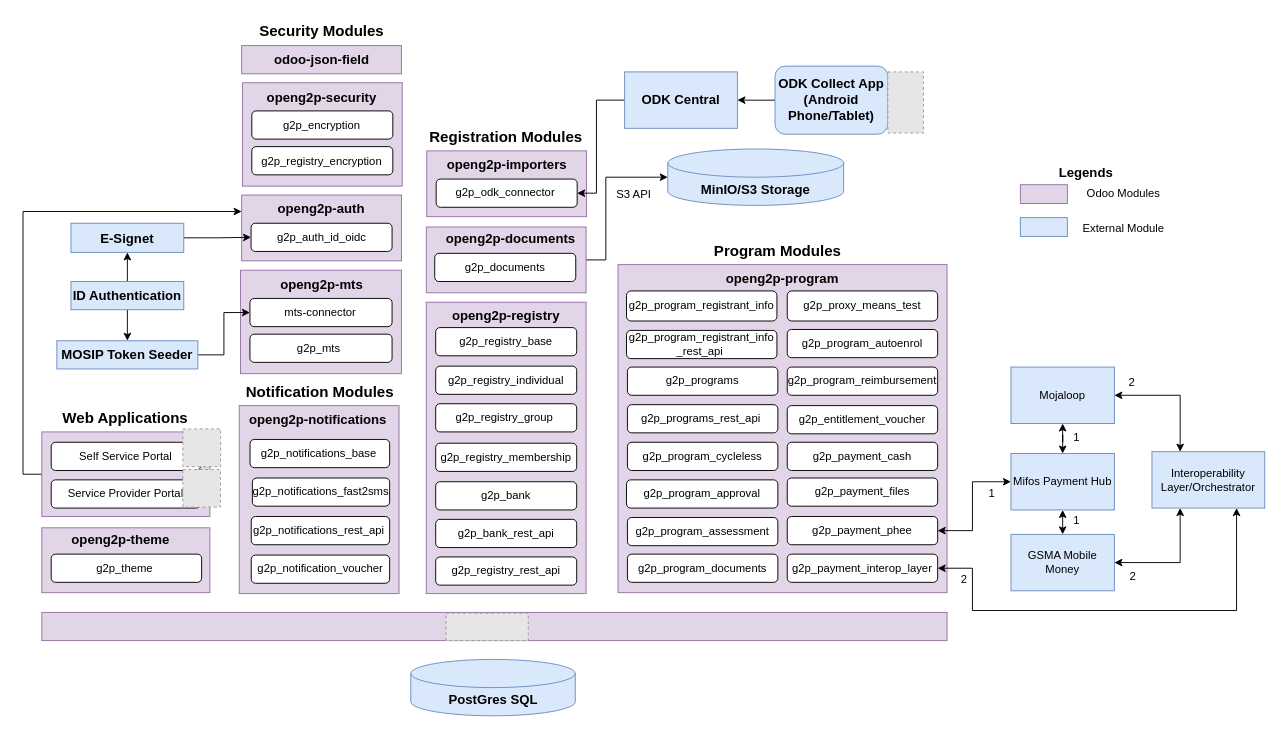
OpenG2P/openg2p-documentation keeps this draw.io diagram as .gitbook/assets/technical-architecture.drawio. Above is the earlier version. Source tidied: cells renumbered, new cells numbered last; positions are measured from the earlier drawing's top-left corner, leaving out a move shared by most shapes. Both pictures are drawn from the tidied source at 94%, with x=0, y=0 at pixel (41, 16). Pictures stored in the file or linked from it are replaced by grey dashed boxes.
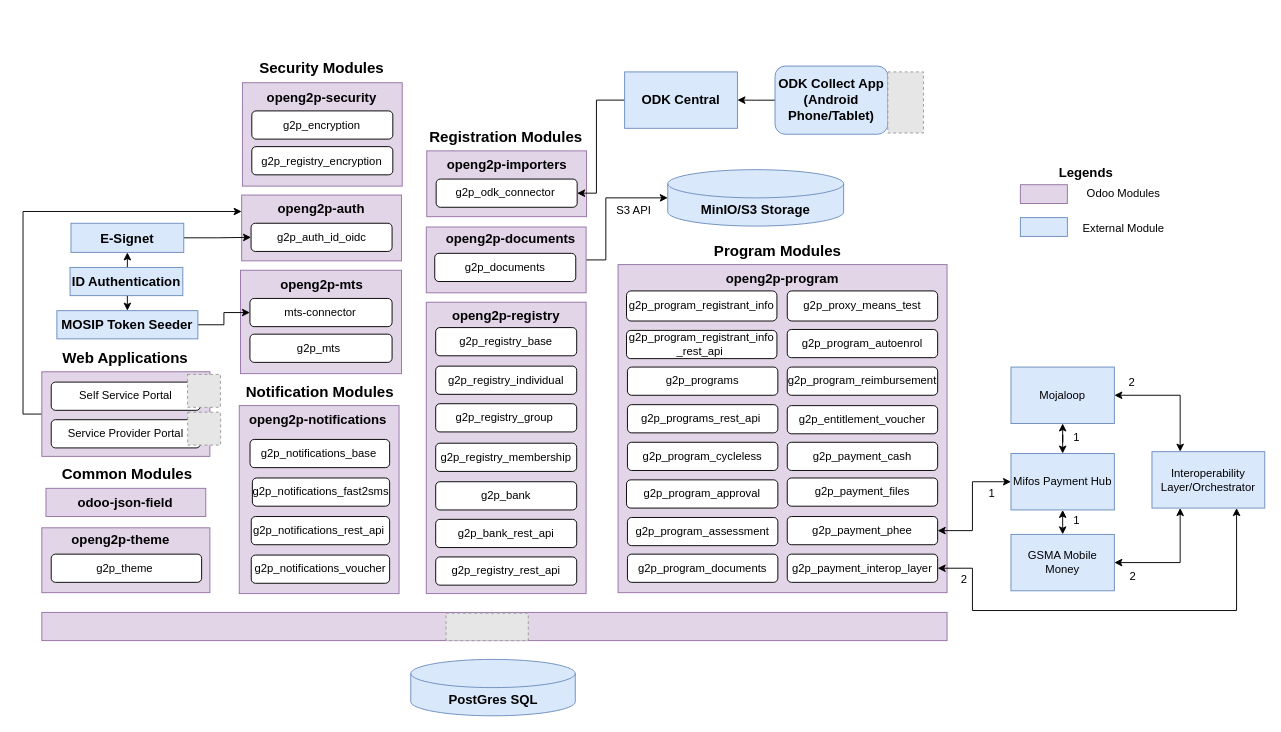
The same diagram, later.

Commit message:
Corrected spelling mistake and organized common modules

Unchanged cells that the change refers to:
```xml
<mxCell id="3" style="rounded=0;whiteSpace=wrap;html=1;fillColor=#e1d5e7;strokeColor=#9673a6;" parent="1" vertex="1">
  <mxGeometry x="409" y="224" width="170" height="70" as="geometry" />
</mxCell>
```

Change to the diagram source:
```diff
@@
     <mxCell id="2" style="edgeStyle=orthogonalEdgeStyle;rounded=0;jettySize=auto;html=1;exitX=1;exitY=0.5;exitDx=0;exitDy=0;entryX=0;entryY=0.5;entryDx=0;entryDy=0;entryPerimeter=0;" parent="1" edge="1" source="3" target="11">
       <mxGeometry relative="1" as="geometry">
         <Array as="points">
           <mxPoint x="600" y="259" />
-          <mxPoint x="600" y="171" />
+          <mxPoint x="600" y="193" />
         </Array>
       </mxGeometry>
     </mxCell>
@@
     <mxCell id="5" style="rounded=0;whiteSpace=wrap;html=1;fillColor=#e1d5e7;strokeColor=#9673a6;" parent="1" vertex="1">
-      <mxGeometry y="442" width="178.8" height="90" as="geometry" />
+      <mxGeometry y="378" width="178.8" height="90" as="geometry" />
     </mxCell>
@@
     <mxCell id="11" value="&lt;b&gt;&lt;font style=&quot;font-size: 14px;&quot;&gt;MinIO/S3 Storage&lt;/font&gt;&lt;/b&gt;" style="shape=cylinder3;whiteSpace=wrap;html=1;boundedLbl=1;backgroundOutline=1;size=15;fillColor=#dae8fc;strokeColor=#6c8ebf;" parent="1" vertex="1">
-      <mxGeometry x="665.9" y="141" width="187.1" height="60" as="geometry" />
+      <mxGeometry x="665.9" y="163" width="187.1" height="60" as="geometry" />
     </mxCell>
@@
-    <mxCell id="23" value="g2p_notification_voucher" style="rounded=1;whiteSpace=wrap;html=1;" parent="1" vertex="1">
+    <mxCell id="23" value="g2p_notifications_voucher" style="rounded=1;whiteSpace=wrap;html=1;" parent="1" vertex="1">
       <mxGeometry x="222.8" y="573" width="147.2" height="30" as="geometry" />
     </mxCell>
@@
     <mxCell id="28" value="&lt;b&gt;&lt;font style=&quot;font-size: 16px;&quot;&gt;Security Modules&lt;/font&gt;&lt;/b&gt;" style="text;html=1;strokeColor=none;fillColor=none;align=center;verticalAlign=middle;whiteSpace=wrap;rounded=0;" parent="1" vertex="1">
-      <mxGeometry x="225.5" width="144.2" height="30" as="geometry" />
+      <mxGeometry x="225.5" y="40" width="144.2" height="30" as="geometry" />
     </mxCell>
@@
     <mxCell id="58" value="Self Service Portal" style="rounded=1;whiteSpace=wrap;html=1;" parent="1" vertex="1">
-      <mxGeometry x="10" y="453" width="158.8" height="30" as="geometry" />
+      <mxGeometry x="10" y="389" width="158.8" height="30" as="geometry" />
     </mxCell>
     <mxCell id="59" value="&amp;nbsp;Service Provider Portal&amp;nbsp;" style="rounded=1;whiteSpace=wrap;html=1;" parent="1" vertex="1">
-      <mxGeometry x="10" y="493" width="158.8" height="30" as="geometry" />
+      <mxGeometry x="10" y="429" width="158.8" height="30" as="geometry" />
     </mxCell>
@@
     <mxCell id="62" value="&lt;b&gt;&lt;font style=&quot;font-size: 16px;&quot;&gt;Web Applications&lt;/font&gt;&lt;/b&gt;" style="text;html=1;strokeColor=none;fillColor=none;align=center;verticalAlign=middle;whiteSpace=wrap;rounded=0;" parent="1" vertex="1">
-      <mxGeometry x="4.4" y="412" width="170" height="30" as="geometry" />
+      <mxGeometry x="4.4" y="348" width="170" height="30" as="geometry" />
     </mxCell>
@@
     <mxCell id="64" value="&lt;b style=&quot;border-color: var(--border-color);&quot;&gt;&lt;font style=&quot;border-color: var(--border-color); font-size: 14px;&quot;&gt;MOSIP Token Seeder&lt;/font&gt;&lt;/b&gt;" style="rounded=0;whiteSpace=wrap;html=1;fillColor=#dae8fc;strokeColor=#6c8ebf;" parent="1" vertex="1">
-      <mxGeometry x="16" y="345" width="150" height="30" as="geometry" />
+      <mxGeometry x="16" y="313" width="150" height="30" as="geometry" />
     </mxCell>
@@
     <mxCell id="71" value="&lt;b&gt;&lt;font style=&quot;font-size: 14px;&quot;&gt;ID Authentication&lt;/font&gt;&lt;/b&gt;" style="rounded=0;whiteSpace=wrap;html=1;fillColor=#dae8fc;strokeColor=#6c8ebf;" parent="1" vertex="1">
-      <mxGeometry x="31" y="282" width="120" height="30" as="geometry" />
+      <mxGeometry x="30" y="267" width="120" height="30" as="geometry" />
     </mxCell>
@@
     <mxCell id="98" value="S3 API" style="text;html=1;strokeColor=none;fillColor=none;align=center;verticalAlign=middle;whiteSpace=wrap;rounded=0;" parent="1" vertex="1">
-      <mxGeometry x="600" y="175" width="60" height="30" as="geometry" />
+      <mxGeometry x="600" y="192" width="60" height="30" as="geometry" />
     </mxCell>
     <mxCell id="99" style="fillColor=#E6E6E6;strokeColor=#999999;dashed=1;verticalLabelPosition=bottom;verticalAlign=top;" parent="1" vertex="1">
-      <mxGeometry x="150" y="438.8" width="40.2" height="40.2" as="geometry" />
+      <mxGeometry x="155" y="380.8" width="35" height="35" as="geometry" />
     </mxCell>
     <mxCell id="100" style="fillColor=#E6E6E6;strokeColor=#999999;dashed=1;verticalLabelPosition=bottom;verticalAlign=top;" parent="1" vertex="1">
-      <mxGeometry x="150" y="482" width="40" height="40" as="geometry" />
+      <mxGeometry x="155.2" y="421" width="35" height="35" as="geometry" />
     </mxCell>
@@
-    <mxCell id="102" value="&lt;span style=&quot;border-color: var(--border-color);&quot;&gt;&lt;b&gt;&lt;font style=&quot;font-size: 14px;&quot;&gt;odoo-json-field&lt;/font&gt;&lt;/b&gt;&lt;/span&gt;" style="rounded=0;whiteSpace=wrap;html=1;fillColor=#e1d5e7;strokeColor=#9673a6;" parent="1" vertex="1">
-      <mxGeometry x="212.6" y="31" width="170" height="30" as="geometry" />
-    </mxCell>
@@
+    <mxCell id="102" value="&lt;span style=&quot;border-color: var(--border-color);&quot;&gt;&lt;b&gt;&lt;font style=&quot;font-size: 14px;&quot;&gt;odoo-json-field&lt;/font&gt;&lt;/b&gt;&lt;/span&gt;" style="rounded=0;whiteSpace=wrap;html=1;fillColor=#e1d5e7;strokeColor=#9673a6;" parent="1" vertex="1">
+      <mxGeometry x="4.4" y="502" width="170" height="30" as="geometry" />
+    </mxCell>
+    <mxCell id="107" value="&lt;b&gt;&lt;font style=&quot;font-size: 16px;&quot;&gt;Common Modules&lt;/font&gt;&lt;/b&gt;" style="text;html=1;strokeColor=none;fillColor=none;align=center;verticalAlign=middle;whiteSpace=wrap;rounded=0;" parent="1" vertex="1">
+      <mxGeometry x="6" y="472" width="170" height="30" as="geometry" />
+    </mxCell>
```
